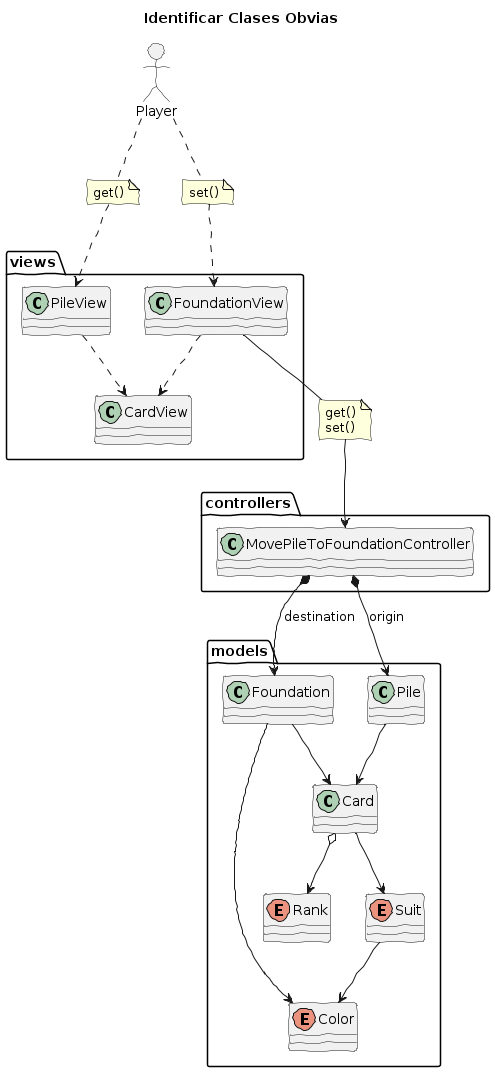
Earlier version of the PlantUML export 03-analisis/MovePileToFoundation.png (marinasayols/MDWP1RUP-Klondike). Source of this version:
```plantuml
@startuml
allow_mixing
skinparam handwritten true

title Identificar Clases Obvias

note "get()" as n1
note "set()" as n2

note "get()\nset()" as n3

package views {
	class FoundationView
	class PileView
	class CardView
}

package controllers {
	class "MovePileToFoundationController" as PToF
}

package models {
	class Foundation
	class Pile
	class Card
	enum Rank
	enum Suit
	enum Color
}


actor Player
Player .. n1
n1 ..> PileView

Player .. n2
n2 ..> FoundationView

PileView ..> CardView
FoundationView ..> CardView

FoundationView -- n3
n3 --> PToF

PToF *--> Pile : origin
PToF *--> Foundation : destination

Pile --> Card
Foundation --> Card
Card --> Suit
Suit --> Color
Card o--> Rank
Foundation --> Color

@enduml
```
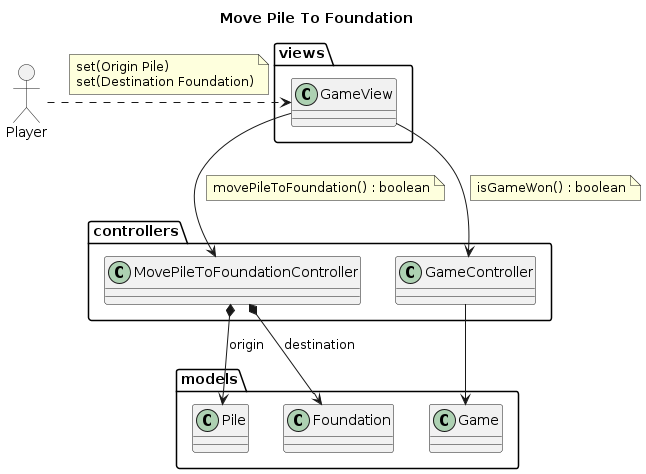
The same diagram one commit later.

What changed in the source:
```diff
@@ -1,55 +1,42 @@
 @startuml
 allow_mixing
-skinparam handwritten true
 
-title Identificar Clases Obvias
-
-note "get()" as n1
-note "set()" as n2
-
-note "get()\nset()" as n3
+title Move Pile To Foundation
 
 package views {
-	class FoundationView
-	class PileView
-	class CardView
+	class GameView
 }
 
 package controllers {
 	class "MovePileToFoundationController" as PToF
+	class GameController
 }
 
 package models {
 	class Foundation
 	class Pile
-	class Card
-	enum Rank
-	enum Suit
-	enum Color
+	class Game
 }
 
 
 actor Player
-Player .. n1
-n1 ..> PileView
+Player .> GameView
+note on link
+	set(Origin Pile)
+	set(Destination Foundation)
+end note
 
-Player .. n2
-n2 ..> FoundationView
+GameView --> PToF
+note on link
+	movePileToFoundation() : boolean
+end note
 
-PileView ..> CardView
-FoundationView ..> CardView
-
-FoundationView -- n3
-n3 --> PToF
-
-PToF *--> Pile : origin
+PToF *-> Pile : origin
 PToF *--> Foundation : destination
 
-Pile --> Card
-Foundation --> Card
-Card --> Suit
-Suit --> Color
-Card o--> Rank
-Foundation --> Color
+GameView --> GameController
+note on link : isGameWon() : boolean
+
+GameController --> Game
 
 @enduml
```
